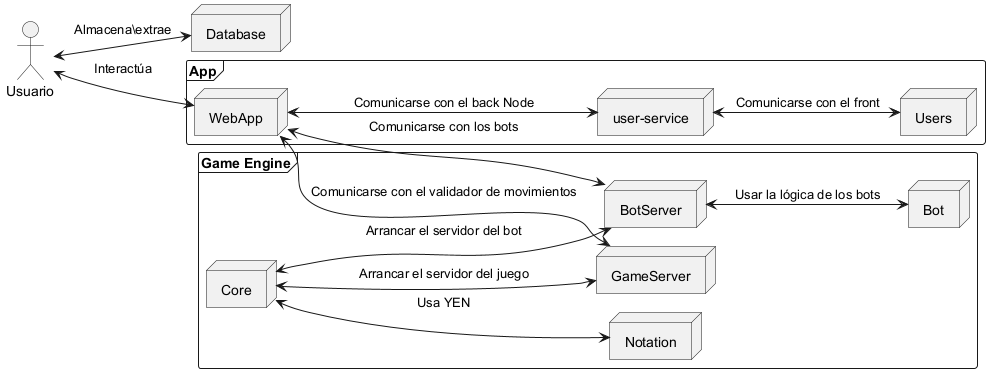
Above: images/Nivel 2.png in Arquisoft/yovi_es5a (PlantUML), before the change.
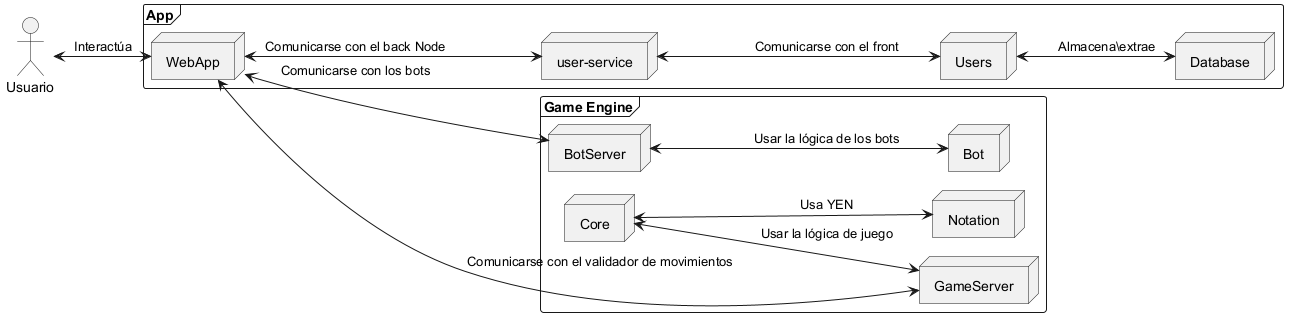
The same file after the commit.

What changed in the source:
```diff
@@ -8,9 +8,8 @@
   node "WebApp"
   node "user-service"
   node "Users"
+  node "Database"
 }
-
-node "Database"
 
 frame "Game Engine" {
   node "Bot"
@@ -23,13 +22,12 @@
 "Usuario" <--> "WebApp" : Interactúa
 "WebApp" <--> "user-service" : Comunicarse con el back Node
 "user-service" <--> "Users" : Comunicarse con el front
+"Users" <--> "Database" : Almacena\extrae
 
-"Usuario" <--> "Database" : Almacena\extrae
 "WebApp" <--> "BotServer" : Comunicarse con los bots
 "WebApp" <--> "GameServer" : Comunicarse con el validador de movimientos
 "Core" <--> "Notation" : Usa YEN
 "BotServer" <--> "Bot" : Usar la lógica de los bots
-"Core" <--> "BotServer" : Arrancar el servidor del bot
-"Core" <--> "GameServer" : Arrancar el servidor del juego
+"Core" <--> "GameServer" : Usar la lógica de juego
 
 @enduml
```
